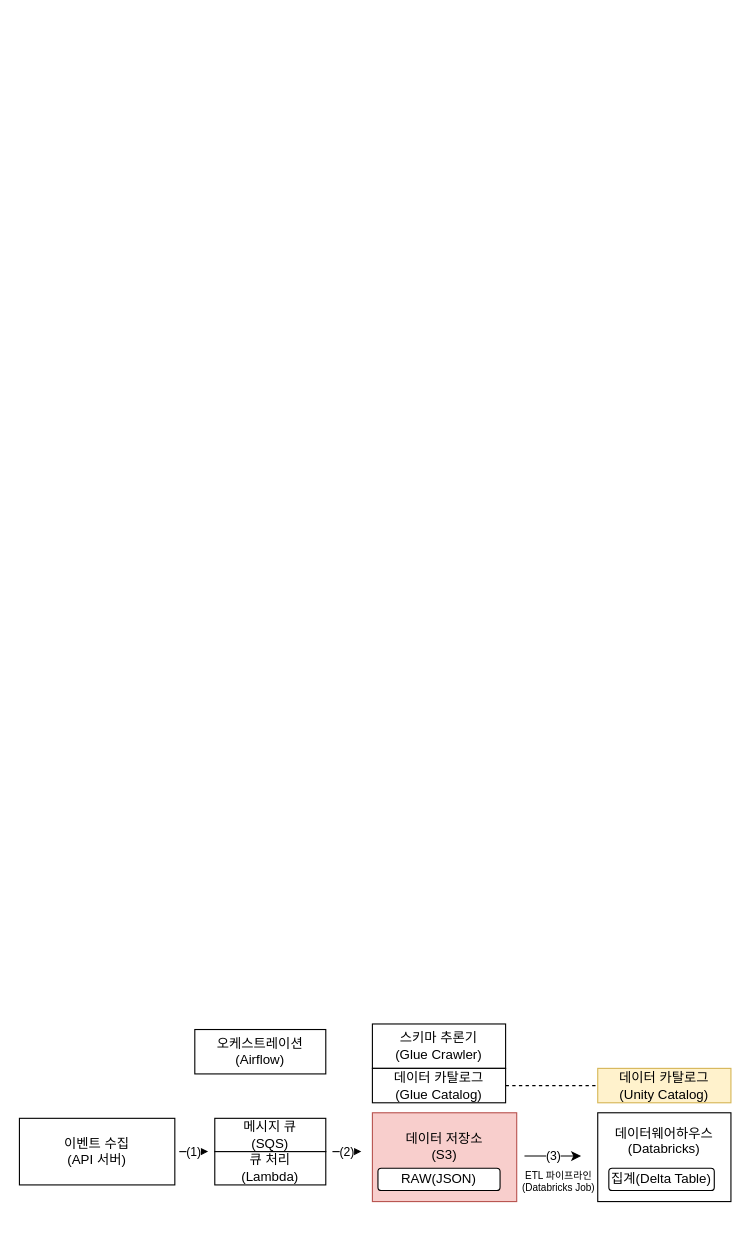
The draw.io diagram milli.drawio in bsch0111/draw, before the edit. Source tidied: cells renumbered, new cells numbered last; positions are measured from the earlier drawing's top-left corner, leaving out a move shared by most shapes. Both pictures are drawn from the tidied source at 111%, with x=0, y=0 at pixel (19, 1023).
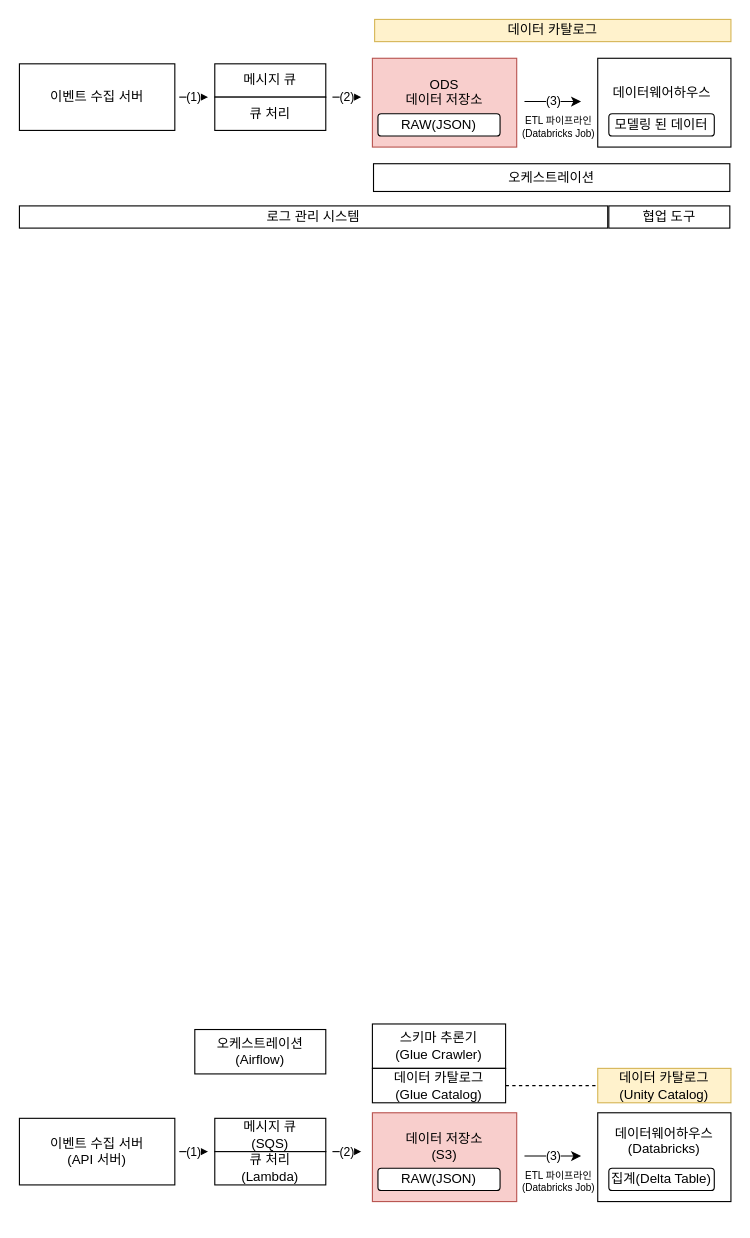
The same page after the edit.

What changed in the source:
```diff
@@
-    <mxCell id="3" value="&lt;div&gt;이벤트 수집&lt;/div&gt;&lt;div&gt;(API 서버)&lt;/div&gt;" style="rounded=0;whiteSpace=wrap;html=1;" parent="1" vertex="1">
+    <mxCell id="3" value="&lt;div&gt;이벤트 수집 서버&lt;/div&gt;&lt;div&gt;(API 서버)&lt;/div&gt;" style="rounded=0;whiteSpace=wrap;html=1;" parent="1" vertex="1">
       <mxGeometry y="85" width="140" height="60" as="geometry" />
     </mxCell>
@@
+    <mxCell id="20" value="(1)" style="edgeStyle=orthogonalEdgeStyle;rounded=0;orthogonalLoop=1;jettySize=auto;html=1;" parent="1" edge="1">
+      <mxGeometry relative="1" as="geometry">
+        <mxPoint x="144" y="-835" as="sourcePoint" />
+        <mxPoint x="170" y="-835" as="targetPoint" />
+      </mxGeometry>
+    </mxCell>
+    <mxCell id="21" value="&lt;div&gt;이벤트 수집 서버&lt;/div&gt;" style="rounded=0;whiteSpace=wrap;html=1;" parent="1" vertex="1">
+      <mxGeometry y="-865" width="140" height="60" as="geometry" />
+    </mxCell>
+    <mxCell id="22" value="메시지 큐" style="rounded=0;whiteSpace=wrap;html=1;" parent="1" vertex="1">
+      <mxGeometry x="176" y="-865" width="100" height="30" as="geometry" />
+    </mxCell>
+    <mxCell id="23" value="&lt;div&gt;큐 처리&lt;/div&gt;" style="rounded=0;whiteSpace=wrap;html=1;" parent="1" vertex="1">
+      <mxGeometry x="176" y="-835" width="100" height="30" as="geometry" />
+    </mxCell>
+    <mxCell id="24" style="rounded=0;whiteSpace=wrap;html=1;fillColor=#f8cecc;strokeColor=#b85450;" parent="1" vertex="1">
+      <mxGeometry x="318" y="-870" width="130" height="80" as="geometry" />
+    </mxCell>
+    <mxCell id="25" value="&lt;div&gt;데이터 카탈로그&lt;/div&gt;" style="rounded=0;whiteSpace=wrap;html=1;fillColor=#fff2cc;strokeColor=#d6b656;" parent="1" vertex="1">
+      <mxGeometry x="320" y="-905" width="321" height="20" as="geometry" />
+    </mxCell>
+    <mxCell id="26" value="&lt;div&gt;오케스트레이션&lt;/div&gt;" style="rounded=0;whiteSpace=wrap;html=1;" parent="1" vertex="1">
+      <mxGeometry x="319" y="-775" width="321" height="25" as="geometry" />
+    </mxCell>
+    <mxCell id="27" style="rounded=0;whiteSpace=wrap;html=1;" parent="1" vertex="1">
+      <mxGeometry x="521" y="-870" width="120" height="80" as="geometry" />
+    </mxCell>
+    <mxCell id="28" value="RAW(JSON)" style="rounded=1;whiteSpace=wrap;html=1;" parent="1" vertex="1">
+      <mxGeometry x="323" y="-820" width="110" height="20" as="geometry" />
+    </mxCell>
+    <mxCell id="29" value="모델링 된 데이터" style="rounded=1;whiteSpace=wrap;html=1;" parent="1" vertex="1">
+      <mxGeometry x="531" y="-820" width="95" height="20" as="geometry" />
+    </mxCell>
+    <mxCell id="30" value="&lt;div&gt;ODS&lt;/div&gt;&lt;div&gt;데이터 저장소&lt;/div&gt;" style="text;whiteSpace=wrap;html=1;align=center;" parent="1" vertex="1">
+      <mxGeometry x="333" y="-860" width="100" height="50" as="geometry" />
+    </mxCell>
+    <mxCell id="31" value="&lt;div&gt;데이터웨어하우스&lt;/div&gt;" style="text;whiteSpace=wrap;html=1;align=center;" parent="1" vertex="1">
+      <mxGeometry x="518.5" y="-853" width="120" height="50" as="geometry" />
+    </mxCell>
+    <mxCell id="32" value="(2)" style="edgeStyle=orthogonalEdgeStyle;rounded=0;orthogonalLoop=1;jettySize=auto;html=1;" parent="1" edge="1">
+      <mxGeometry relative="1" as="geometry">
+        <mxPoint x="282" y="-835" as="sourcePoint" />
+        <mxPoint x="308" y="-835" as="targetPoint" />
+      </mxGeometry>
+    </mxCell>
+    <mxCell id="33" value="(3)" style="edgeStyle=orthogonalEdgeStyle;rounded=0;orthogonalLoop=1;jettySize=auto;html=1;" parent="1" edge="1">
+      <mxGeometry relative="1" as="geometry">
+        <mxPoint x="455" y="-831" as="sourcePoint" />
+        <mxPoint x="506" y="-831" as="targetPoint" />
+      </mxGeometry>
+    </mxCell>
+    <mxCell id="34" value="&lt;div&gt;ETL 파이프라인&lt;/div&gt;&lt;div&gt;(Databricks Job)&lt;/div&gt;" style="text;whiteSpace=wrap;html=1;fontSize=9;align=center;" parent="1" vertex="1">
+      <mxGeometry x="426" y="-825" width="120" height="50" as="geometry" />
+    </mxCell>
+    <mxCell id="35" value="로그 관리 시스템" style="rounded=0;whiteSpace=wrap;html=1;" parent="1" vertex="1">
+      <mxGeometry y="-737" width="530" height="20" as="geometry" />
+    </mxCell>
+    <mxCell id="36" value="협업 도구" style="rounded=0;whiteSpace=wrap;html=1;" parent="1" vertex="1">
+      <mxGeometry x="531" y="-737" width="109" height="20" as="geometry" />
+    </mxCell>
```
